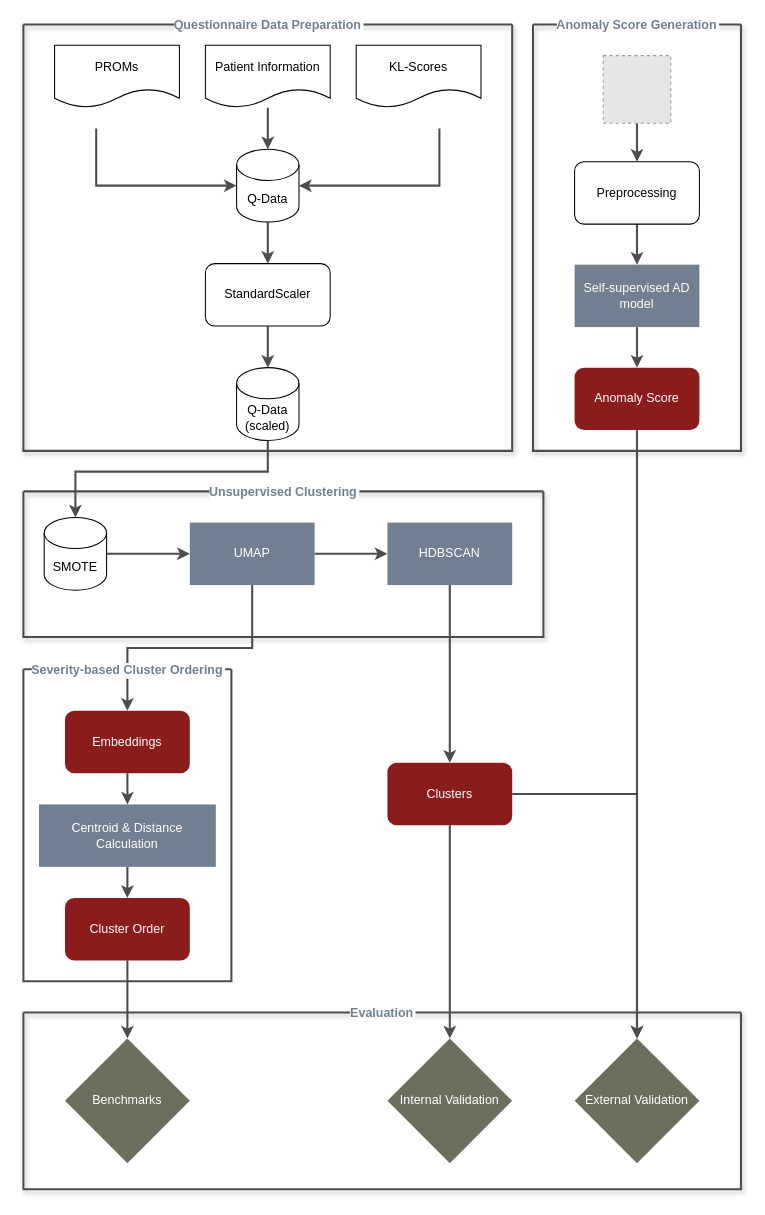
The draw.io diagram OA Clustering Pipeline.drawio in caitzpp/VT9_Identifying-Severities-in-Osteoarthritis, before the edit. Source tidied: cells renumbered, new cells numbered last; positions are measured from the earlier drawing's top-left corner, leaving out a move shared by most shapes. Both pictures are drawn from the tidied source at 104%, with x=0, y=0 at pixel (23, 24). Pictures stored in the file or linked from it are replaced by grey dashed boxes.
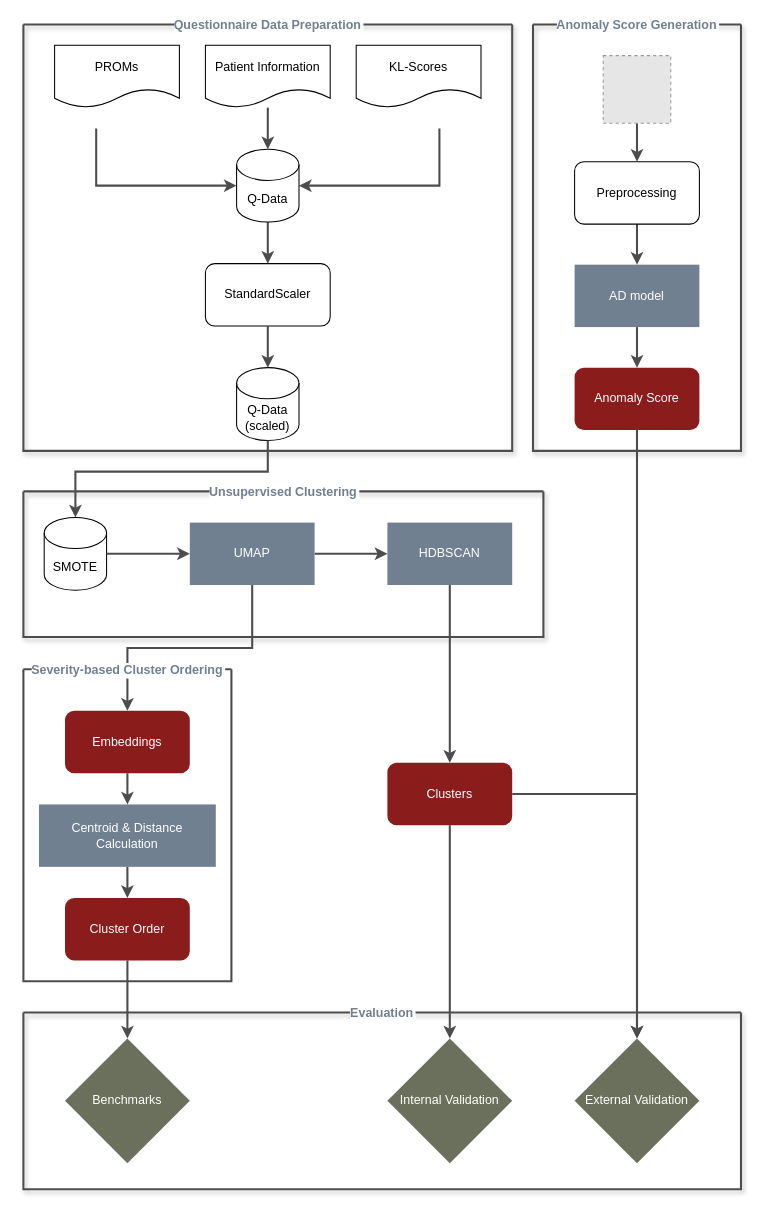
The same diagram, later.

The change refers to these unchanged cells:
```xml
<mxCell id="20" value="Anomaly Score Generation" style="swimlane;startSize=0;labelBackgroundColor=default;strokeColor=#4D4D4D;rounded=1;strokeWidth=2;shadow=1;fontColor=#708090;" parent="1" vertex="1">
  <mxGeometry x="490" width="200" height="410" as="geometry" />
</mxCell>
```

Change to the diagram source:
```diff
@@
-    <mxCell id="26" value="Self-supervised AD model" style="rounded=0;whiteSpace=wrap;html=1;fillColor=light-dark(#708090, #6db2ff);fontColor=#ffffff;strokeColor=none;" parent="20" vertex="1">
+    <mxCell id="26" value="AD model" style="rounded=0;whiteSpace=wrap;html=1;fillColor=light-dark(#708090, #6db2ff);fontColor=#ffffff;strokeColor=none;" parent="20" vertex="1">
       <mxGeometry x="40" y="231" width="120" height="60" as="geometry" />
     </mxCell>
```
